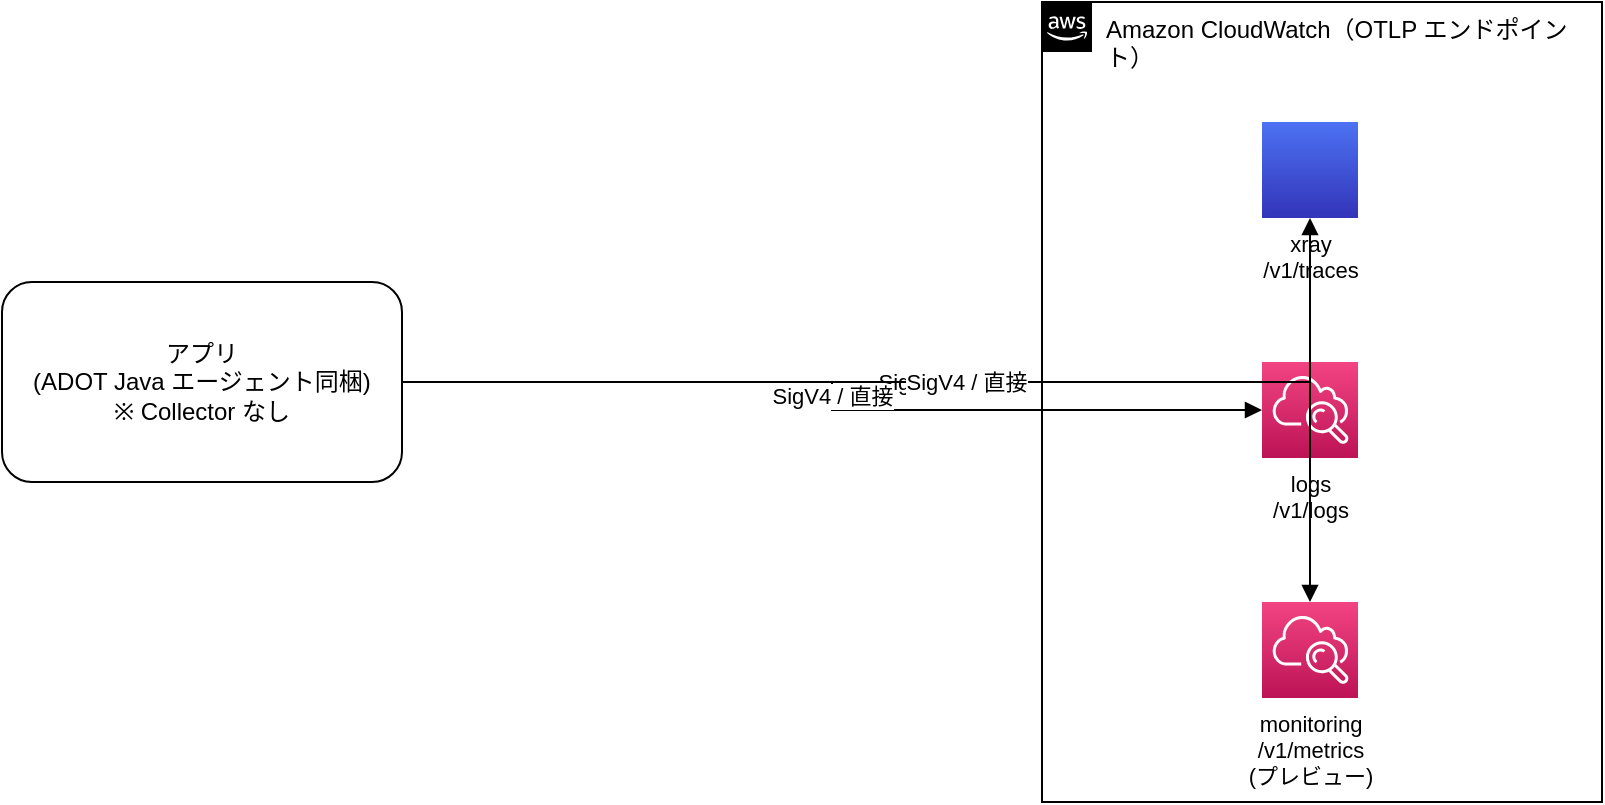
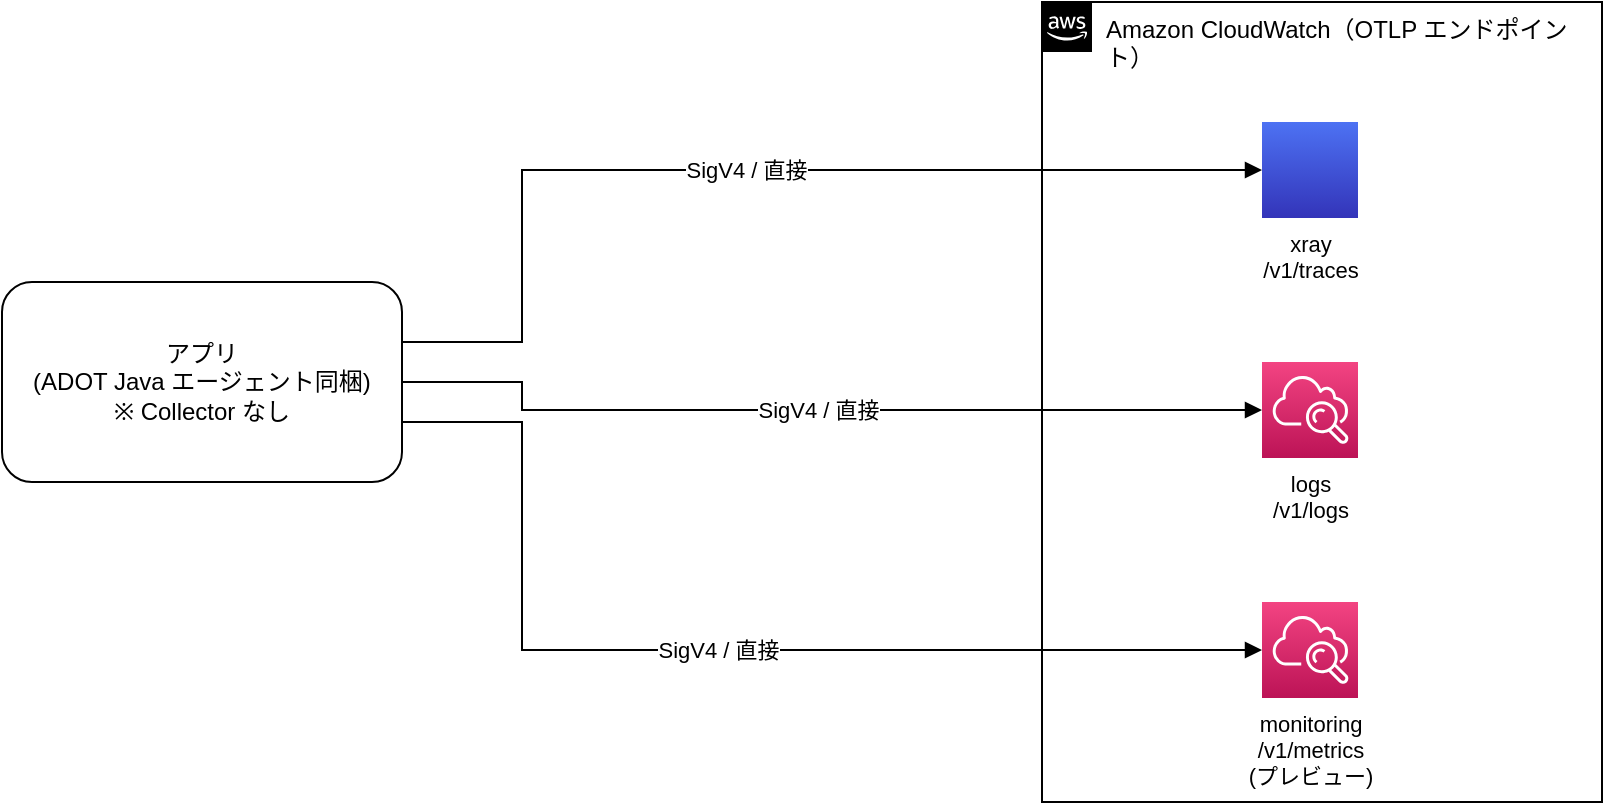
<mxfile host="app.diagrams.net">
    <diagram id="otel-fig2" name="図2 経路Aの最小構成">
        <mxGraphModel dx="1200" dy="800" grid="1" gridSize="10" guides="1" tooltips="1" connect="1" arrows="1" fold="1" page="1" pageScale="1" pageWidth="900" pageHeight="560" math="0" shadow="0">
            <root>
                <mxCell id="0"/>
                <mxCell id="1" parent="0"/>
                <mxCell id="app" value="アプリ&#10;(ADOT Java エージェント同梱)&#10;※ Collector なし" style="rounded=1;whiteSpace=wrap;html=1;fillColor=#ffffff;strokeColor=#000000;fontSize=12;" parent="1" vertex="1">
                    <mxGeometry x="40" y="220" width="200" height="100" as="geometry"/>
                </mxCell>
                <mxCell id="cw" value="Amazon CloudWatch（OTLP エンドポイント）" style="points=[[0,0],[0.25,0],[0.5,0],[0.75,0],[1,0],[1,0.25],[1,0.5],[1,0.75],[1,1],[0.75,1],[0.5,1],[0.25,1],[0,1],[0,0.75],[0,0.5],[0,0.25]];outlineConnect=0;gradientColor=none;html=1;whiteSpace=wrap;fontSize=12;fontStyle=0;container=1;pointerEvents=0;collapsible=0;recursiveResize=0;shape=mxgraph.aws4.group;grIcon=mxgraph.aws4.group_aws_cloud_alt;strokeColor=#000000;fillColor=none;verticalAlign=top;align=left;spacingLeft=30;fontColor=#000000;dashed=0;" parent="1" vertex="1">
                    <mxGeometry x="560" y="80" width="280" height="400" as="geometry"/>
                </mxCell>
                <mxCell id="xray" value="xray&#10;/v1/traces" style="sketch=0;outlineConnect=0;fontColor=#000000;gradientColor=#4D72F3;gradientDirection=north;fillColor=#3334B9;strokeColor=#ffffff;dashed=0;verticalLabelPosition=bottom;verticalAlign=top;align=center;html=1;fontSize=11;fontStyle=0;aspect=fixed;shape=mxgraph.aws4.resourceIcon;resIcon=mxgraph.aws4.x_ray;" parent="cw" vertex="1">
                    <mxGeometry x="110" y="60" width="48" height="48" as="geometry"/>
                </mxCell>
                <mxCell id="logs" value="logs&#10;/v1/logs" style="sketch=0;outlineConnect=0;fontColor=#000000;gradientColor=#F34482;gradientDirection=north;fillColor=#BC1356;strokeColor=#ffffff;dashed=0;verticalLabelPosition=bottom;verticalAlign=top;align=center;html=1;fontSize=11;fontStyle=0;aspect=fixed;shape=mxgraph.aws4.resourceIcon;resIcon=mxgraph.aws4.cloudwatch;" parent="cw" vertex="1">
                    <mxGeometry x="110" y="180" width="48" height="48" as="geometry"/>
                </mxCell>
                <mxCell id="mon" value="monitoring&#10;/v1/metrics&#10;(プレビュー)" style="sketch=0;outlineConnect=0;fontColor=#000000;gradientColor=#F34482;gradientDirection=north;fillColor=#BC1356;strokeColor=#ffffff;dashed=0;verticalLabelPosition=bottom;verticalAlign=top;align=center;html=1;fontSize=11;fontStyle=0;aspect=fixed;shape=mxgraph.aws4.resourceIcon;resIcon=mxgraph.aws4.cloudwatch;" parent="cw" vertex="1">
                    <mxGeometry x="110" y="300" width="48" height="48" as="geometry"/>
                </mxCell>
-                 <mxCell id="e1" value="SigV4 / 直接" style="edgeStyle=orthogonalEdgeStyle;rounded=0;html=1;endArrow=block;fontSize=11;" parent="1" source="app" target="xray" edge="1">
-                     <mxGeometry relative="1" as="geometry"/>
+                 <mxCell id="e1" value="SigV4 / 直接" style="edgeStyle=orthogonalEdgeStyle;rounded=0;html=1;endArrow=block;fontSize=11;exitX=1;exitY=0.3;exitDx=0;exitDy=0;" parent="1" source="app" target="xray" edge="1">
+                     <mxGeometry relative="1" as="geometry">
+                         <Array as="points">
+                             <mxPoint x="300" y="164"/>
+                         </Array>
+                     </mxGeometry>
                </mxCell>
-                 <mxCell id="e2" value="SigV4 / 直接" style="edgeStyle=orthogonalEdgeStyle;rounded=0;html=1;endArrow=block;fontSize=11;" parent="1" source="app" target="logs" edge="1">
-                     <mxGeometry relative="1" as="geometry"/>
+                 <mxCell id="e2" value="SigV4 / 直接" style="edgeStyle=orthogonalEdgeStyle;rounded=0;html=1;endArrow=block;fontSize=11;exitX=1;exitY=0.5;exitDx=0;exitDy=0;" parent="1" source="app" target="logs" edge="1">
+                     <mxGeometry relative="1" as="geometry">
+                         <Array as="points">
+                             <mxPoint x="300" y="284"/>
+                         </Array>
+                     </mxGeometry>
                </mxCell>
-                 <mxCell id="e3" value="SigV4 / 直接" style="edgeStyle=orthogonalEdgeStyle;rounded=0;html=1;endArrow=block;fontSize=11;" parent="1" source="app" target="mon" edge="1">
-                     <mxGeometry relative="1" as="geometry"/>
+                 <mxCell id="e3" value="SigV4 / 直接" style="edgeStyle=orthogonalEdgeStyle;rounded=0;html=1;endArrow=block;fontSize=11;exitX=1;exitY=0.7;exitDx=0;exitDy=0;" parent="1" source="app" target="mon" edge="1">
+                     <mxGeometry relative="1" as="geometry">
+                         <Array as="points">
+                             <mxPoint x="300" y="404"/>
+                         </Array>
+                     </mxGeometry>
                </mxCell>
            </root>
        </mxGraphModel>
    </diagram>
</mxfile>
